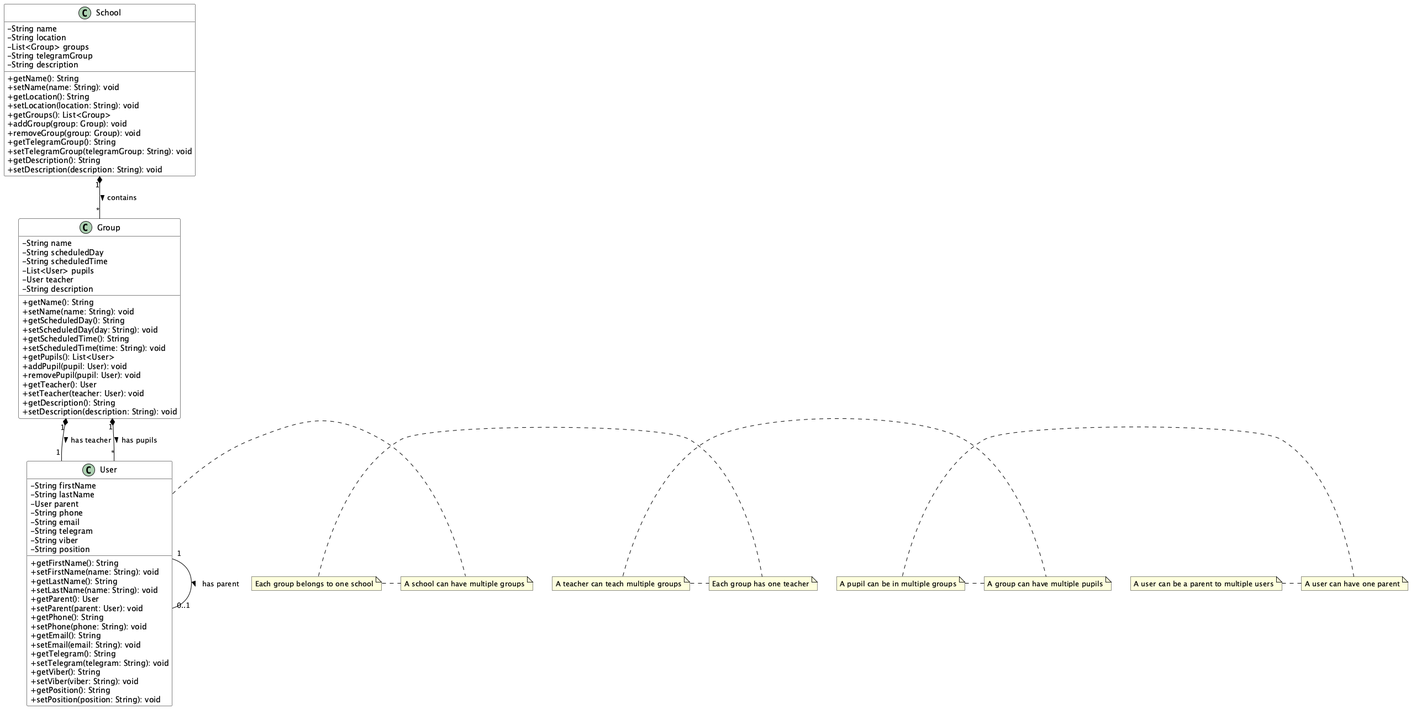
nick-barban/roboroxtestbot keeps this PlantUML diagram as School Structure.png. Above is the earlier version.
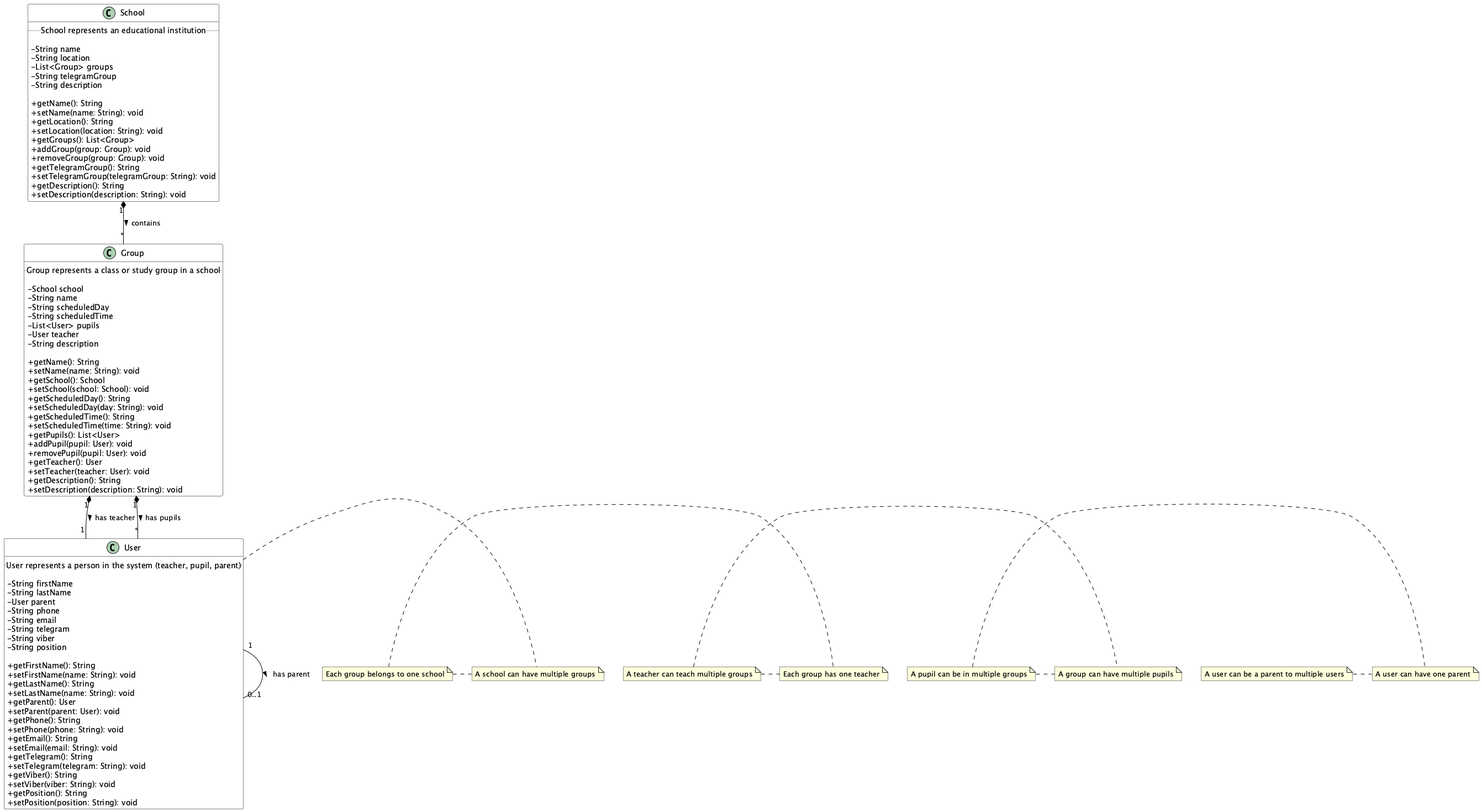
After the commit.

Commit message:
RRTB-10: Update UML diagram with improved documentation and organization

Diff of the diagram source:
```diff
@@ -8,11 +8,14 @@
 }
 
 class School {
+    .. School represents an educational institution ..
+
     - String name
     - String location
     - List<Group> groups
     - String telegramGroup
     - String description
+
     + getName(): String
     + setName(name: String): void
     + getLocation(): String
@@ -27,14 +30,20 @@
 }
 
 class Group {
+    .. Group represents a class or study group in a school ..
+
+    - School school
     - String name
     - String scheduledDay
     - String scheduledTime
     - List<User> pupils
     - User teacher
     - String description
+
     + getName(): String
     + setName(name: String): void
+    + getSchool(): School
+    + setSchool(school: School): void
     + getScheduledDay(): String
     + setScheduledDay(day: String): void
     + getScheduledTime(): String
@@ -49,6 +58,8 @@
 }
 
 class User {
+    .. User represents a person in the system (teacher, pupil, parent) ..
+
     - String firstName
     - String lastName
     - User parent
@@ -57,6 +68,7 @@
     - String telegram
     - String viber
     - String position
+
     + getFirstName(): String
     + setFirstName(name: String): void
     + getLastName(): String
```
